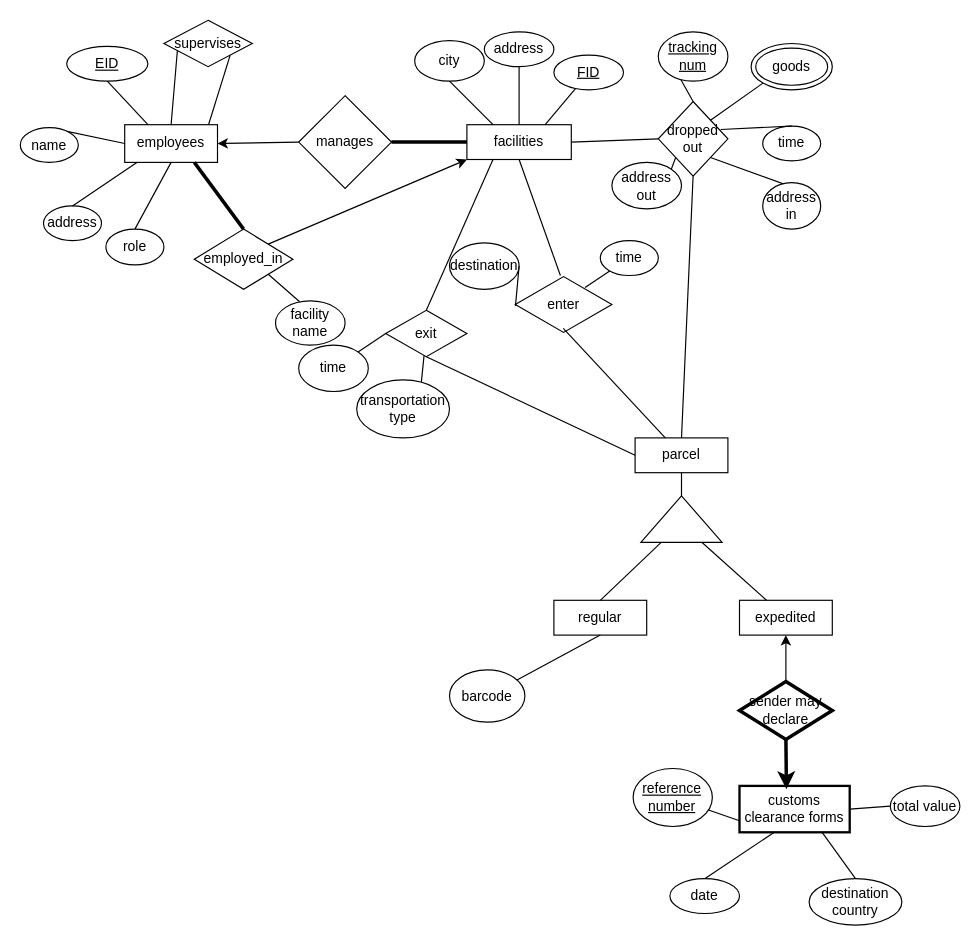
Ahmed-S7/Assignment_1 keeps this draw.io diagram as Untitled Diagram.drawio. Above is the earlier version. Source tidied: cells renumbered, new cells numbered last; positions are measured from the earlier drawing's top-left corner, leaving out a move shared by most shapes. Both pictures are drawn from the tidied source at 116%, with x=0, y=0 at pixel (20, 20).
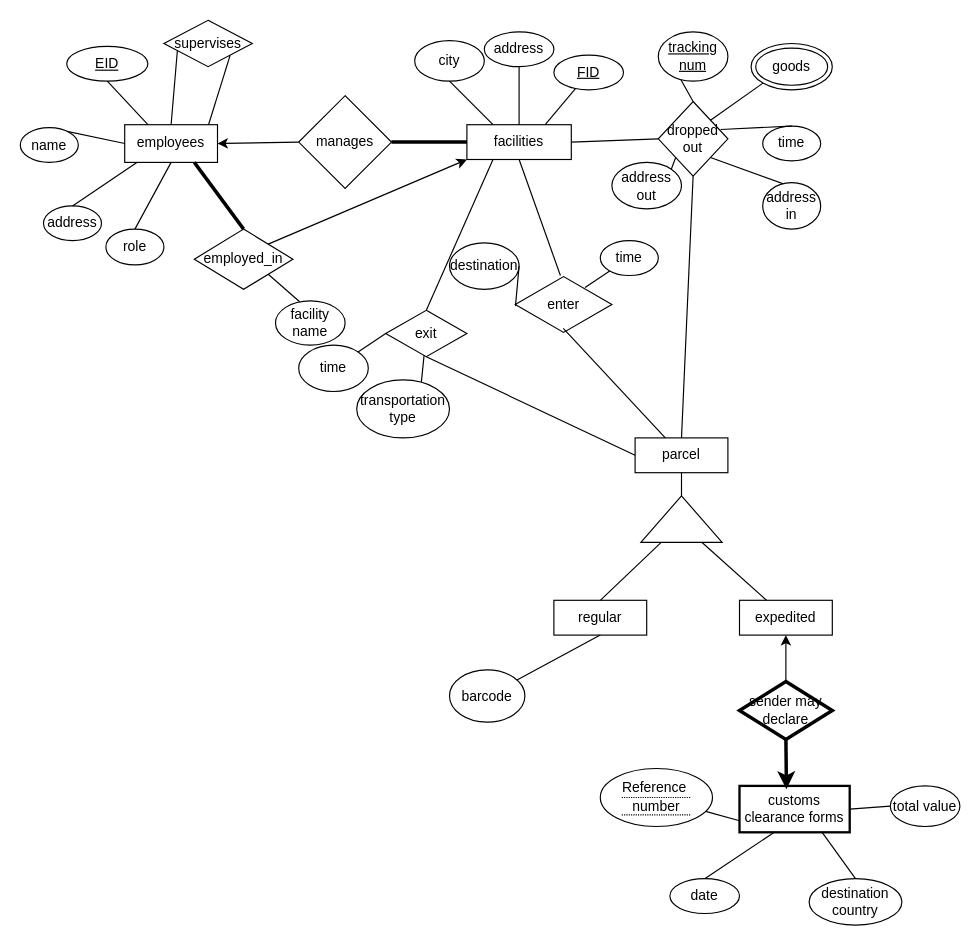
Above is the later version.

Commit message:
Good Copy Diagram

The edit, as a diff of the source:
```diff
@@
-    <mxCell id="54" value="&lt;u&gt;reference number&lt;/u&gt;" style="ellipse;whiteSpace=wrap;html=1;" parent="1" vertex="1">
-      <mxGeometry x="528.3" y="645" width="68.3" height="50" as="geometry" />
+    <mxCell id="54" value="&lt;div style=&quot;border-bottom: 1px dotted black&quot;&gt;Reference&amp;nbsp;&lt;/div&gt;&lt;div style=&quot;border-bottom: 1px dotted black&quot;&gt;number&lt;/div&gt;" style="ellipse;whiteSpace=wrap;html=1;strokeColor=default;" parent="1" vertex="1">
+      <mxGeometry x="500" y="645" width="96.7" height="50" as="geometry" />
     </mxCell>
```
